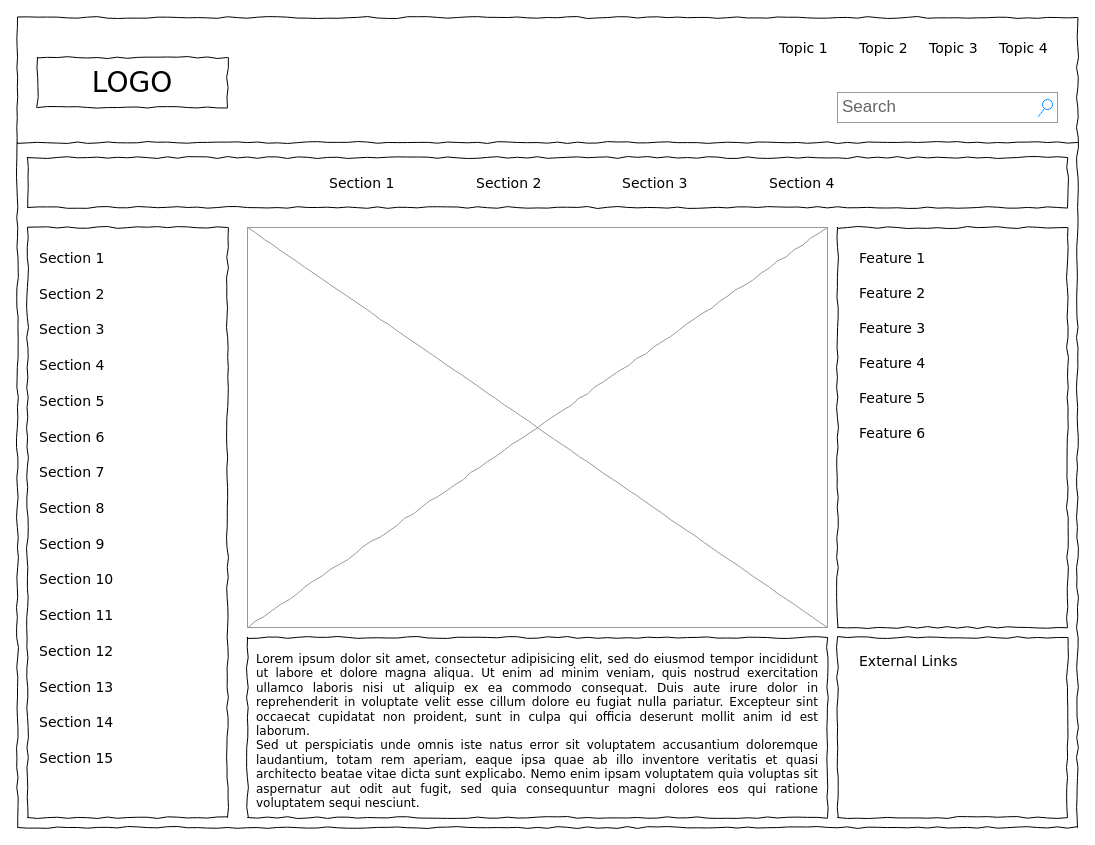
Above: Untitled Diagram.drawio in CarliFP/grupo_1_hechoAmano (draw.io), before the change. Source tidied: cells renumbered, new cells numbered last; positions are measured from the earlier drawing's top-left corner, leaving out a move shared by most shapes. Both pictures are drawn from the tidied source at 100%, with x=0, y=0 at pixel (17, 17).
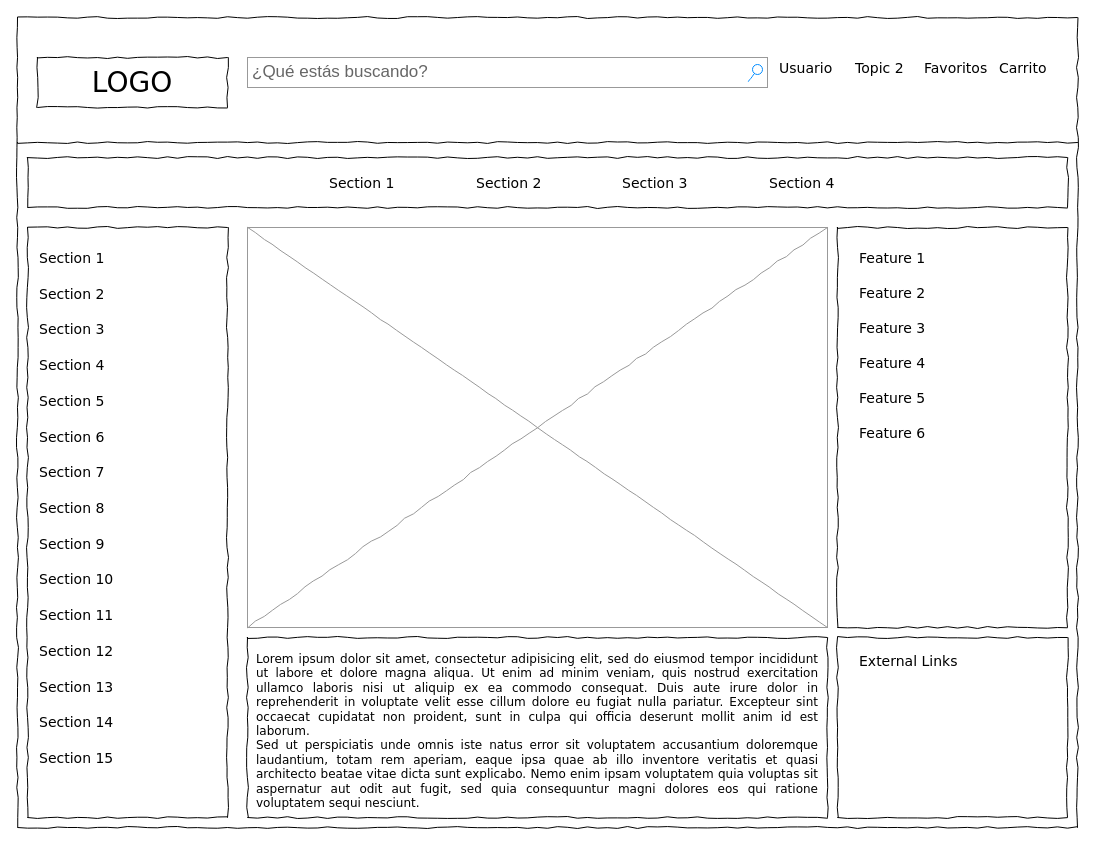
The same diagram, later.

What changed in the source:
```diff
@@
-    <mxCell id="4" value="Search" style="strokeWidth=1;shadow=0;dashed=0;align=center;html=1;shape=mxgraph.mockup.forms.searchBox;strokeColor=#999999;mainText=;strokeColor2=#008cff;fontColor=#666666;fontSize=17;align=left;spacingLeft=3;rounded=0;labelBackgroundColor=none;comic=1;" parent="1" vertex="1">
-      <mxGeometry x="820" y="75" width="220" height="30" as="geometry" />
+    <mxCell id="4" value="¿Qué estás buscando?" style="strokeWidth=1;shadow=0;dashed=0;align=center;html=1;shape=mxgraph.mockup.forms.searchBox;strokeColor=#999999;mainText=;strokeColor2=#008cff;fontColor=#666666;fontSize=17;align=left;spacingLeft=3;rounded=0;labelBackgroundColor=none;comic=1;" parent="1" vertex="1">
+      <mxGeometry x="230" y="40" width="520" height="30" as="geometry" />
     </mxCell>
-    <mxCell id="5" value="Topic 1" style="text;html=1;align=left;verticalAlign=top;spacingTop=-4;fontSize=14;fontFamily=Verdana;" parent="1" vertex="1">
-      <mxGeometry x="760" y="20" width="60" height="20" as="geometry" />
+    <mxCell id="5" value="Usuario" style="text;html=1;align=left;verticalAlign=top;spacingTop=-4;fontSize=14;fontFamily=Verdana;" parent="1" vertex="1">
+      <mxGeometry x="760" y="40" width="60" height="20" as="geometry" />
     </mxCell>
     <mxCell id="6" value="Topic 2" style="text;html=1;align=left;verticalAlign=top;spacingTop=-4;fontSize=14;fontFamily=Verdana;" parent="1" vertex="1">
-      <mxGeometry x="840" y="20" width="60" height="20" as="geometry" />
+      <mxGeometry x="836" y="40" width="60" height="20" as="geometry" />
     </mxCell>
-    <mxCell id="7" value="Topic 3" style="text;html=1;align=left;verticalAlign=top;spacingTop=-4;fontSize=14;fontFamily=Verdana;" parent="1" vertex="1">
-      <mxGeometry x="910" y="20" width="60" height="20" as="geometry" />
+    <mxCell id="7" value="Favoritos&lt;br&gt;" style="text;html=1;align=left;verticalAlign=top;spacingTop=-4;fontSize=14;fontFamily=Verdana;" parent="1" vertex="1">
+      <mxGeometry x="905" y="40" width="60" height="20" as="geometry" />
     </mxCell>
-    <mxCell id="8" value="Topic 4" style="text;html=1;align=left;verticalAlign=top;spacingTop=-4;fontSize=14;fontFamily=Verdana;" parent="1" vertex="1">
-      <mxGeometry x="980" y="20" width="60" height="20" as="geometry" />
+    <mxCell id="8" value="Carrito" style="text;html=1;align=left;verticalAlign=top;spacingTop=-4;fontSize=14;fontFamily=Verdana;" parent="1" vertex="1">
+      <mxGeometry x="980" y="40" width="60" height="20" as="geometry" />
     </mxCell>
```
